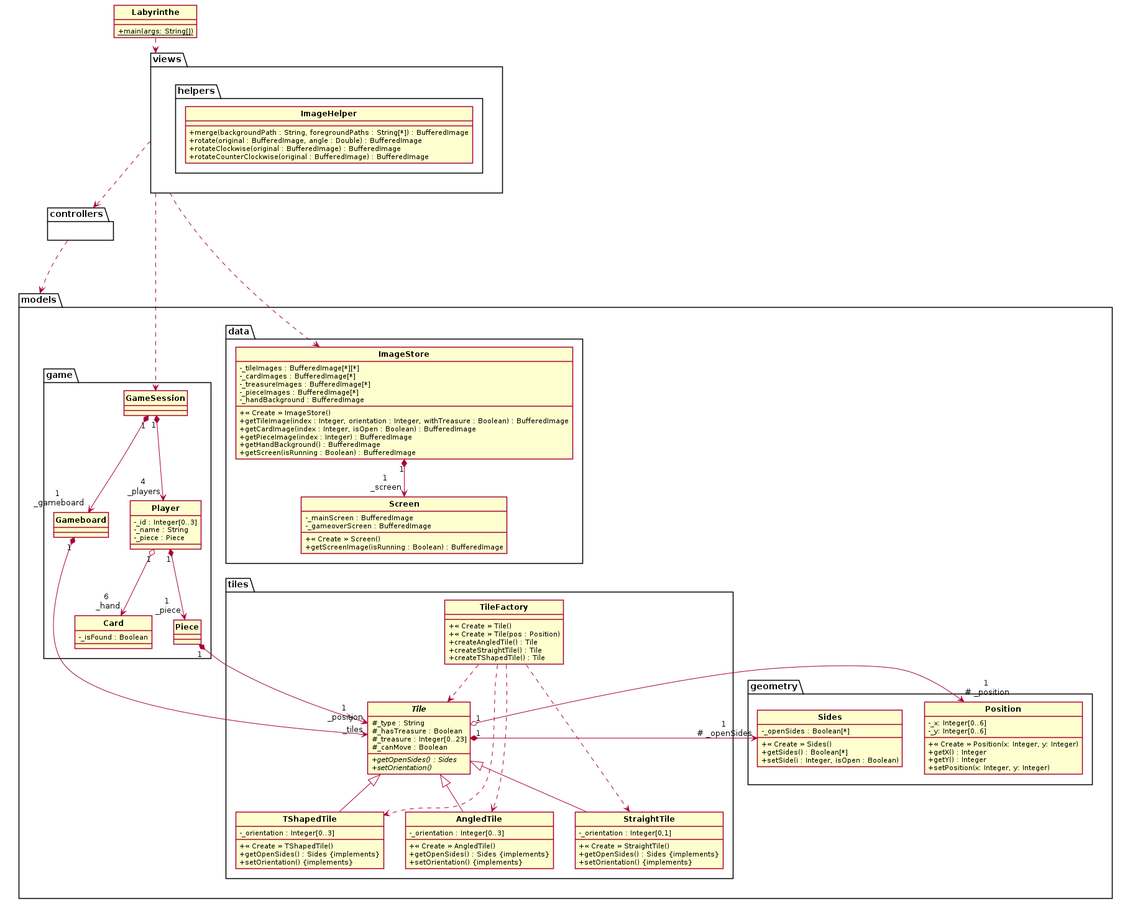
The PlantUML diagram uml/Labyrinthe.png in ElenaFri/labyrinthe, before a commit. Its source is kept beside it as uml/labyrinthe.puml.
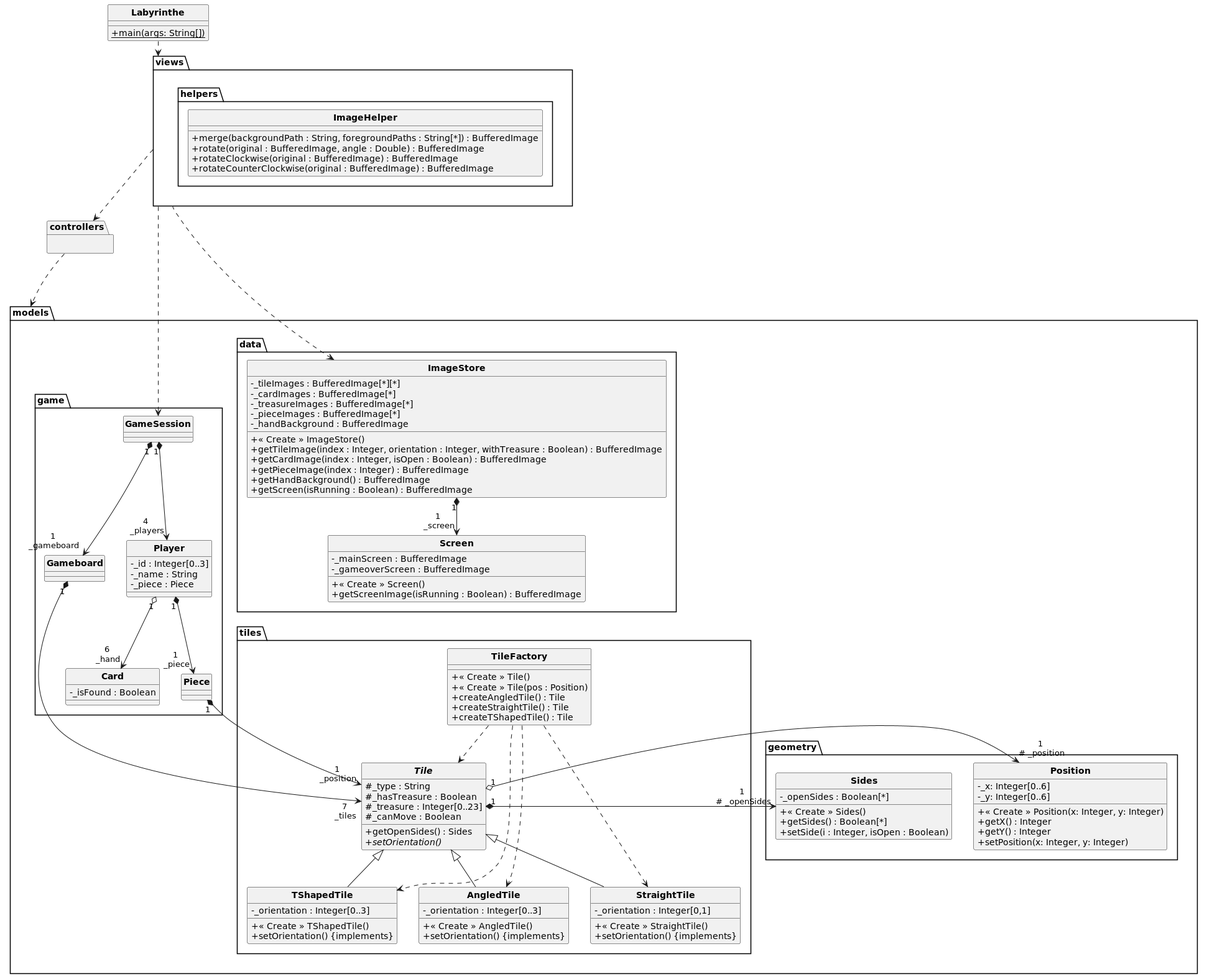
After the change.

Change to the diagram source:
```diff
@@ -43,25 +43,22 @@
 			# _hasTreasure : Boolean
 			# _treasure : Integer[0..23]
 			# _canMove : Boolean
-			+ {abstract}getOpenSides() : Sides
+			+ getOpenSides() : Sides
 			+ {abstract}setOrientation()
 		}
 		class AngledTile extends Tile {
 			- _orientation : Integer[0..3]
 			+ « Create » AngledTile()
-			+ getOpenSides() : Sides {implements}
 			+ setOrientation() {implements}
 		}
 		class StraightTile extends Tile {
 			- _orientation : Integer[0,1]
 			+ « Create » StraightTile()
-			+ getOpenSides() : Sides {implements}
 			+ setOrientation() {implements}
 		}
 		class TShapedTile extends Tile {
 			- _orientation : Integer[0..3]
 			+ « Create » TShapedTile()
-			+ getOpenSides() : Sides {implements}
 			+ setOrientation() {implements}
 		}
 	}
```
